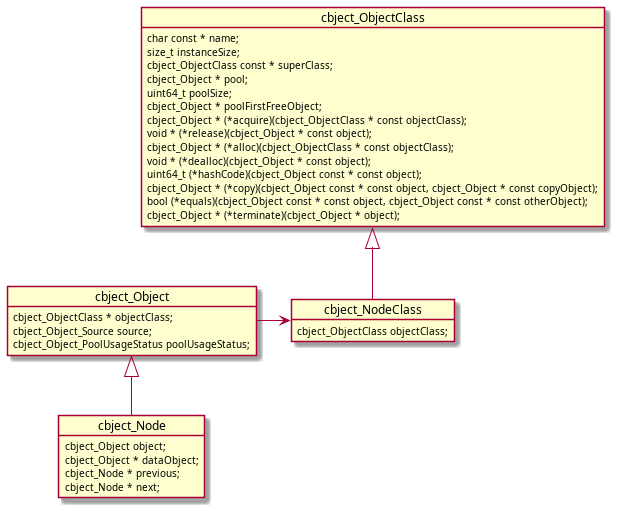
Above: docs/media/diag-node.png in alexmarincu/Cbject (PlantUML), before the change.
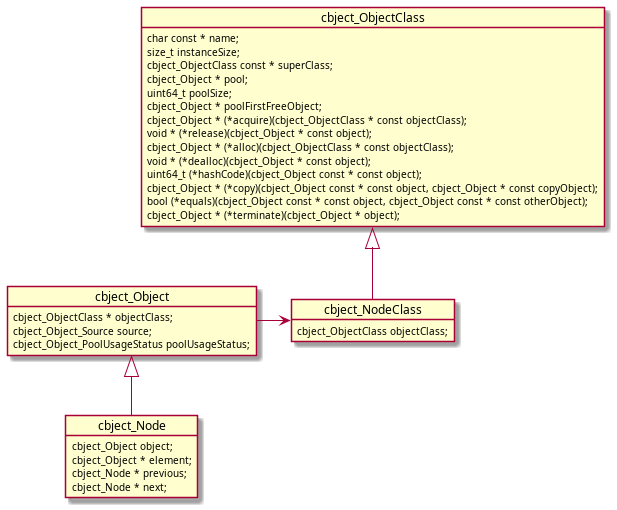
Later version of the same file.

Change to the diagram source:
```diff
@@ -1,7 +1,7 @@
 @startuml
 object cbject_Node {
     cbject_Object object;
-    cbject_Object * dataObject;
+    cbject_Object * element;
     cbject_Node * previous;
     cbject_Node * next;
 }
```
